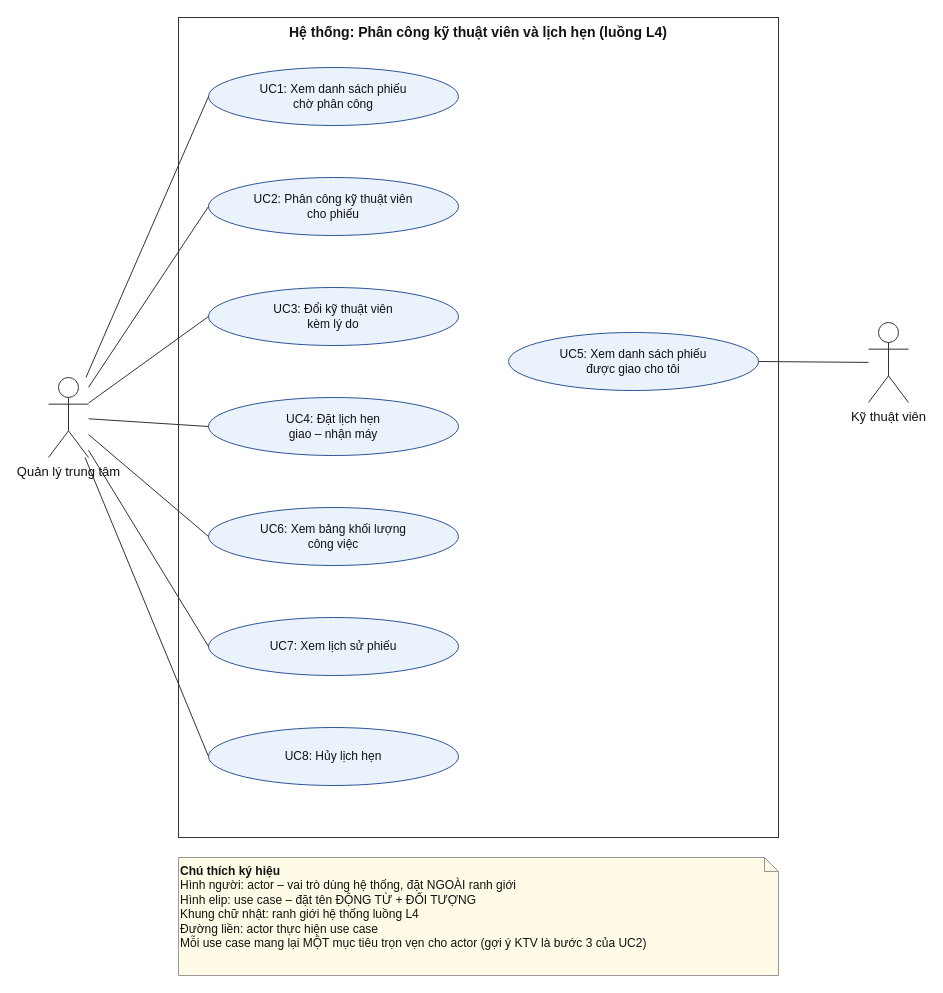
Before: docs/usecase.drawio in Thaiduc2374802010117/smartcrm-2374802010117-technician-assignment, a draw.io diagram. Source tidied: cells renumbered, new cells numbered last; positions are measured from the earlier drawing's top-left corner, leaving out a move shared by most shapes. Both pictures are drawn from the tidied source at 100%, with x=0, y=0 at pixel (48, 17).
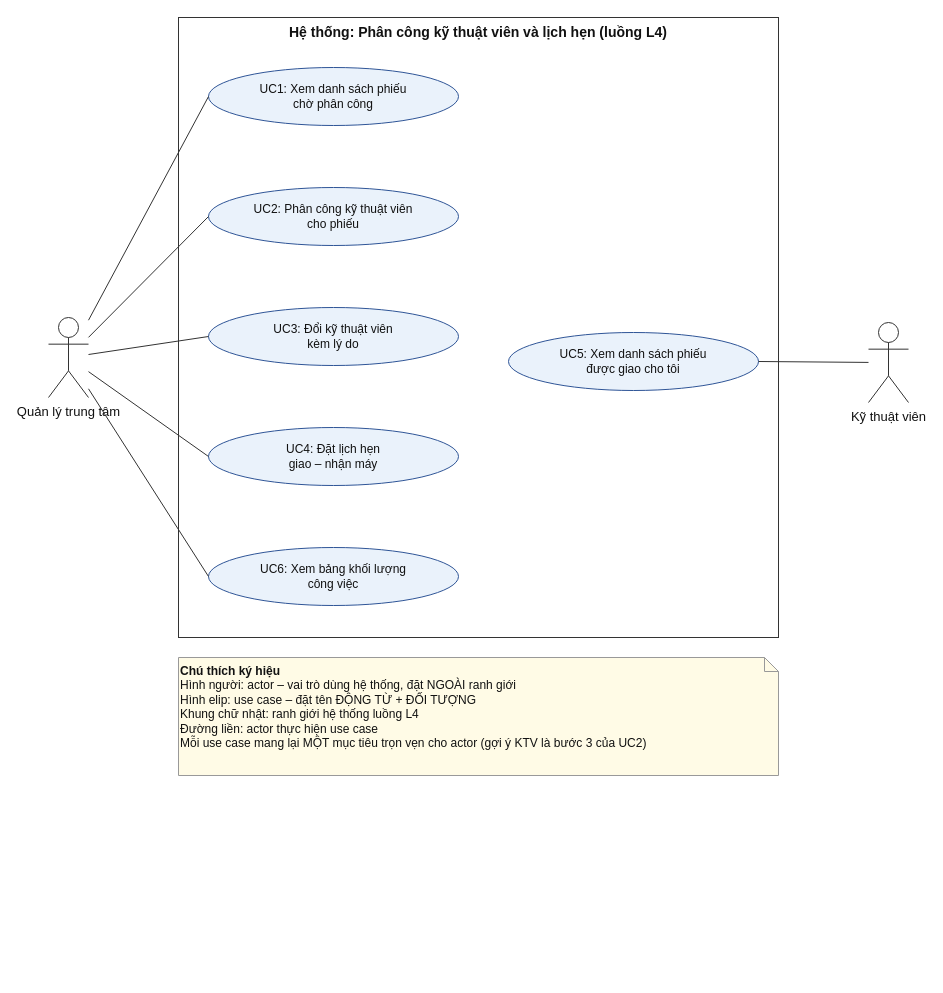
Above is the later version.

Unchanged cells that the change refers to:
```xml
<mxCell id="4" value="Kỹ thuật viên" style="shape=umlActor;verticalLabelPosition=bottom;verticalAlign=top;html=1;outlineConnect=0;fillColor=#FFFFFF;strokeColor=#333333;fontSize=13;fontColor=#111111;" parent="1" vertex="1">
  <mxGeometry x="820" y="305" width="40" height="80" as="geometry" />
</mxCell>
```

The edit, as a diff of the source:
```diff
@@
     <mxCell id="2" value="Hệ thống: Phân công kỹ thuật viên và lịch hẹn (luồng L4)" style="rounded=0;whiteSpace=wrap;html=1;verticalAlign=top;fillColor=#FFFFFF;strokeColor=#333333;fontSize=14;fontColor=#111111;align=center;fontStyle=1;" parent="1" vertex="1">
-      <mxGeometry x="130" width="600" height="820" as="geometry" />
+      <mxGeometry x="130" width="600" height="620" as="geometry" />
     </mxCell>
     <mxCell id="3" value="Quản lý trung tâm" style="shape=umlActor;verticalLabelPosition=bottom;verticalAlign=top;html=1;outlineConnect=0;fillColor=#FFFFFF;strokeColor=#333333;fontSize=13;fontColor=#111111;" parent="1" vertex="1">
-      <mxGeometry y="360" width="40" height="80" as="geometry" />
+      <mxGeometry y="300" width="40" height="80" as="geometry" />
     </mxCell>
@@
+    <mxCell id="22" value="UC2: Phân công kỹ thuật viên&lt;br&gt;cho phiếu" style="ellipse;whiteSpace=wrap;html=1;fillColor=#EAF2FB;strokeColor=#2F5597;fontSize=12;fontColor=#111111;align=center;verticalAlign=middle;" parent="1" vertex="1">
+      <mxGeometry x="160" y="170" width="250" height="58" as="geometry" />
+    </mxCell>
-    <mxCell id="6" value="UC2: Phân công kỹ thuật viên&lt;br&gt;cho phiếu" style="ellipse;whiteSpace=wrap;html=1;fillColor=#EAF2FB;strokeColor=#2F5597;fontSize=12;fontColor=#111111;align=center;verticalAlign=middle;" parent="1" vertex="1">
-      <mxGeometry x="160" y="160" width="250" height="58" as="geometry" />
+    <mxCell id="6" value="UC3: Đổi kỹ thuật viên&lt;br&gt;kèm lý do" style="ellipse;whiteSpace=wrap;html=1;fillColor=#EAF2FB;strokeColor=#2F5597;fontSize=12;fontColor=#111111;align=center;verticalAlign=middle;" parent="1" vertex="1">
+      <mxGeometry x="160" y="290" width="250" height="58" as="geometry" />
     </mxCell>
-    <mxCell id="7" value="UC3: Đổi kỹ thuật viên&lt;br&gt;kèm lý do" style="ellipse;whiteSpace=wrap;html=1;fillColor=#EAF2FB;strokeColor=#2F5597;fontSize=12;fontColor=#111111;align=center;verticalAlign=middle;" parent="1" vertex="1">
-      <mxGeometry x="160" y="270" width="250" height="58" as="geometry" />
+    <mxCell id="7" value="UC4: Đặt lịch hẹn&lt;br&gt;giao – nhận máy" style="ellipse;whiteSpace=wrap;html=1;fillColor=#EAF2FB;strokeColor=#2F5597;fontSize=12;fontColor=#111111;align=center;verticalAlign=middle;" parent="1" vertex="1">
+      <mxGeometry x="160" y="410" width="250" height="58" as="geometry" />
     </mxCell>
+    <mxCell id="10" value="UC6: Xem bảng khối lượng&lt;br&gt;công việc" style="ellipse;whiteSpace=wrap;html=1;fillColor=#EAF2FB;strokeColor=#2F5597;fontSize=12;fontColor=#111111;align=center;verticalAlign=middle;" parent="1" vertex="1">
+      <mxGeometry x="160" y="530" width="250" height="58" as="geometry" />
+    </mxCell>
-    <mxCell id="8" value="UC4: Đặt lịch hẹn&lt;br&gt;giao – nhận máy" style="ellipse;whiteSpace=wrap;html=1;fillColor=#EAF2FB;strokeColor=#2F5597;fontSize=12;fontColor=#111111;align=center;verticalAlign=middle;" parent="1" vertex="1">
-      <mxGeometry x="160" y="380" width="250" height="58" as="geometry" />
+    <mxCell id="8" value="UC5: Xem danh sách phiếu&lt;br&gt;được giao cho tôi" style="ellipse;whiteSpace=wrap;html=1;fillColor=#EAF2FB;strokeColor=#2F5597;fontSize=12;fontColor=#111111;align=center;verticalAlign=middle;" parent="1" vertex="1">
+      <mxGeometry x="460" y="315" width="250" height="58" as="geometry" />
     </mxCell>
-    <mxCell id="9" value="UC6: Xem bảng khối lượng&lt;br&gt;công việc" style="ellipse;whiteSpace=wrap;html=1;fillColor=#EAF2FB;strokeColor=#2F5597;fontSize=12;fontColor=#111111;align=center;verticalAlign=middle;" parent="1" vertex="1">
-      <mxGeometry x="160" y="490" width="250" height="58" as="geometry" />
-    </mxCell>
-    <mxCell id="10" value="UC5: Xem danh sách phiếu&lt;br&gt;được giao cho tôi" style="ellipse;whiteSpace=wrap;html=1;fillColor=#EAF2FB;strokeColor=#2F5597;fontSize=12;fontColor=#111111;align=center;verticalAlign=middle;" parent="1" vertex="1">
-      <mxGeometry x="460" y="315" width="250" height="58" as="geometry" />
-    </mxCell>
-    <mxCell id="11" value="UC7: Xem lịch sử phiếu" style="ellipse;whiteSpace=wrap;html=1;fillColor=#EAF2FB;strokeColor=#2F5597;fontSize=12;fontColor=#111111;align=center;verticalAlign=middle;" parent="1" vertex="1">
-      <mxGeometry x="160" y="600" width="250" height="58" as="geometry" />
-    </mxCell>
-    <mxCell id="12" value="UC8: Hủy lịch hẹn" style="ellipse;whiteSpace=wrap;html=1;fillColor=#EAF2FB;strokeColor=#2F5597;fontSize=12;fontColor=#111111;align=center;verticalAlign=middle;" parent="1" vertex="1">
-      <mxGeometry x="160" y="710" width="250" height="58" as="geometry" />
-    </mxCell>
     <mxCell id="13" value="&lt;b&gt;Chú thích ký hiệu&lt;/b&gt;&lt;br&gt;Hình người: actor – vai trò dùng hệ thống, đặt NGOÀI ranh giới&lt;br&gt;Hình elip: use case – đặt tên ĐỘNG TỪ + ĐỐI TƯỢNG&lt;br&gt;Khung chữ nhật: ranh giới hệ thống luồng L4&lt;br&gt;Đường liền: actor thực hiện use case&lt;br&gt;Mỗi use case mang lại MỘT mục tiêu trọn vẹn cho actor (gợi ý KTV là bước 3 của UC2)" style="shape=note;size=14;whiteSpace=wrap;html=1;fillColor=#FFFBE6;strokeColor=#999999;fontSize=12;fontColor=#111111;align=left;verticalAlign=top;" parent="1" vertex="1">
-      <mxGeometry x="130" y="840" width="600" height="118" as="geometry" />
+      <mxGeometry x="130" y="640" width="600" height="118" as="geometry" />
     </mxCell>
@@
-    <mxCell id="15" style="endArrow=none;html=1;strokeColor=#333333;fontSize=11;rounded=0;entryX=0;entryY=0.5;entryDx=0;entryDy=0;" parent="1" edge="1" source="3" target="6">
+    <mxCell id="15" style="endArrow=none;html=1;strokeColor=#333333;fontSize=11;rounded=0;entryX=0;entryY=0.5;entryDx=0;entryDy=0;" parent="1" edge="1" source="3" target="22">
       <mxGeometry relative="1" as="geometry" />
     </mxCell>
-    <mxCell id="16" style="endArrow=none;html=1;strokeColor=#333333;fontSize=11;rounded=0;entryX=0;entryY=0.5;entryDx=0;entryDy=0;" parent="1" edge="1" source="3" target="7">
+    <mxCell id="16" style="endArrow=none;html=1;strokeColor=#333333;fontSize=11;rounded=0;entryX=0;entryY=0.5;entryDx=0;entryDy=0;" parent="1" edge="1" source="3" target="6">
       <mxGeometry relative="1" as="geometry" />
     </mxCell>
-    <mxCell id="17" style="endArrow=none;html=1;strokeColor=#333333;fontSize=11;rounded=0;entryX=0;entryY=0.5;entryDx=0;entryDy=0;" parent="1" edge="1" source="3" target="8">
+    <mxCell id="17" style="endArrow=none;html=1;strokeColor=#333333;fontSize=11;rounded=0;entryX=0;entryY=0.5;entryDx=0;entryDy=0;" parent="1" edge="1" source="3" target="7">
       <mxGeometry relative="1" as="geometry" />
     </mxCell>
-    <mxCell id="18" style="endArrow=none;html=1;strokeColor=#333333;fontSize=11;rounded=0;entryX=0;entryY=0.5;entryDx=0;entryDy=0;" parent="1" edge="1" source="3" target="9">
+    <mxCell id="18" style="endArrow=none;html=1;strokeColor=#333333;fontSize=11;rounded=0;entryX=0;entryY=0.5;entryDx=0;entryDy=0;" parent="1" edge="1" source="3" target="10">
       <mxGeometry relative="1" as="geometry" />
     </mxCell>
-    <mxCell id="19" style="endArrow=none;html=1;strokeColor=#333333;fontSize=11;rounded=0;entryX=0;entryY=0.5;entryDx=0;entryDy=0;" parent="1" edge="1" source="3" target="11">
+    <mxCell id="19" style="endArrow=none;html=1;strokeColor=#333333;fontSize=11;rounded=0;" parent="1" edge="1" source="8" target="4">
       <mxGeometry relative="1" as="geometry" />
     </mxCell>
-    <mxCell id="20" style="endArrow=none;html=1;strokeColor=#333333;fontSize=11;rounded=0;entryX=0;entryY=0.5;entryDx=0;entryDy=0;" parent="1" edge="1" source="3" target="12">
-      <mxGeometry relative="1" as="geometry" />
-    </mxCell>
-    <mxCell id="21" style="endArrow=none;html=1;strokeColor=#333333;fontSize=11;rounded=0;" parent="1" edge="1" source="10" target="4">
-      <mxGeometry relative="1" as="geometry" />
-    </mxCell>
```
